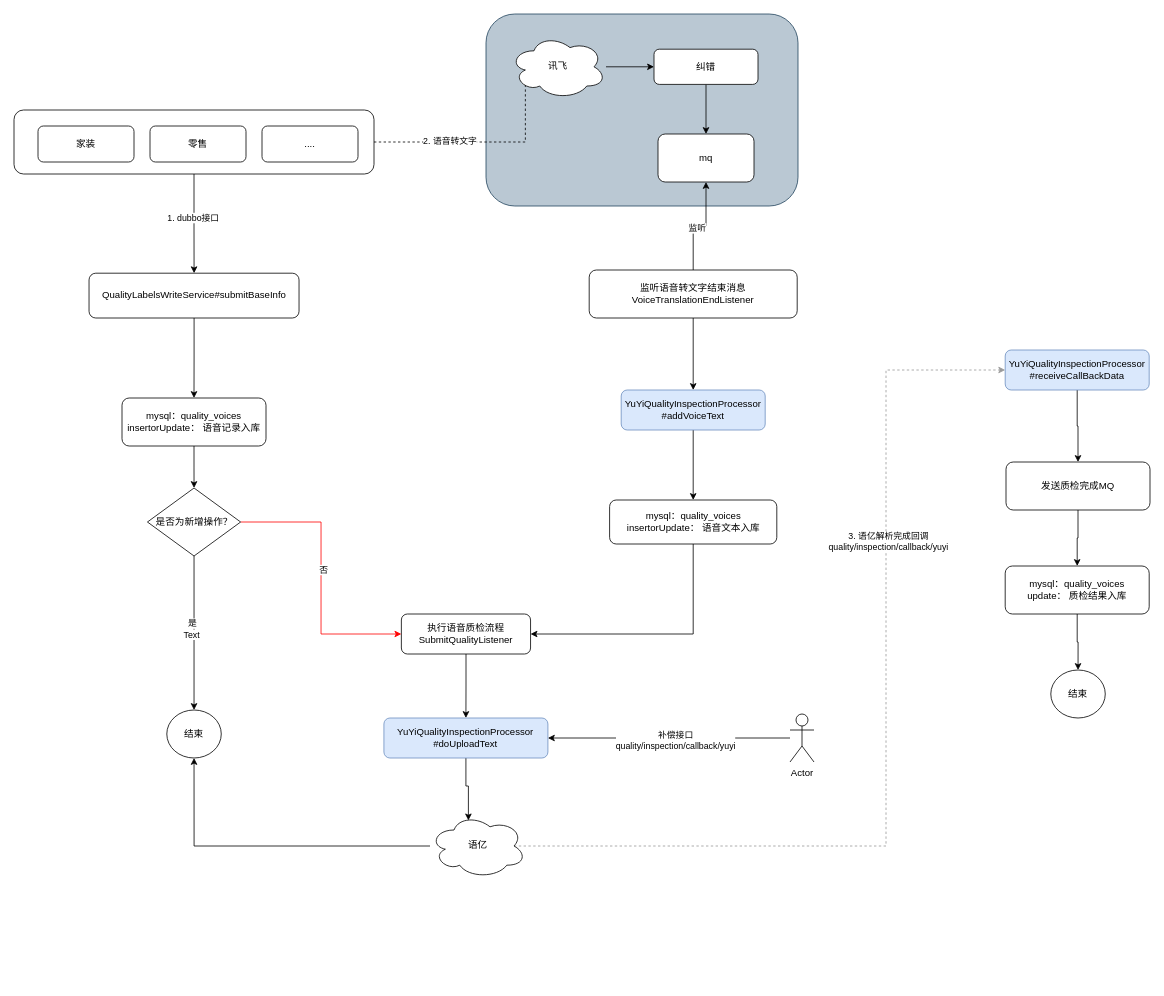
Before: 语忆梳理.drawio in 330129161/draw.io, a draw.io diagram. Source tidied: cells renumbered, new cells numbered last; positions are measured from the earlier drawing's top-left corner, leaving out a move shared by most shapes. Both pictures are drawn from the tidied source at 80%, with x=0, y=0 at pixel (14, 14).
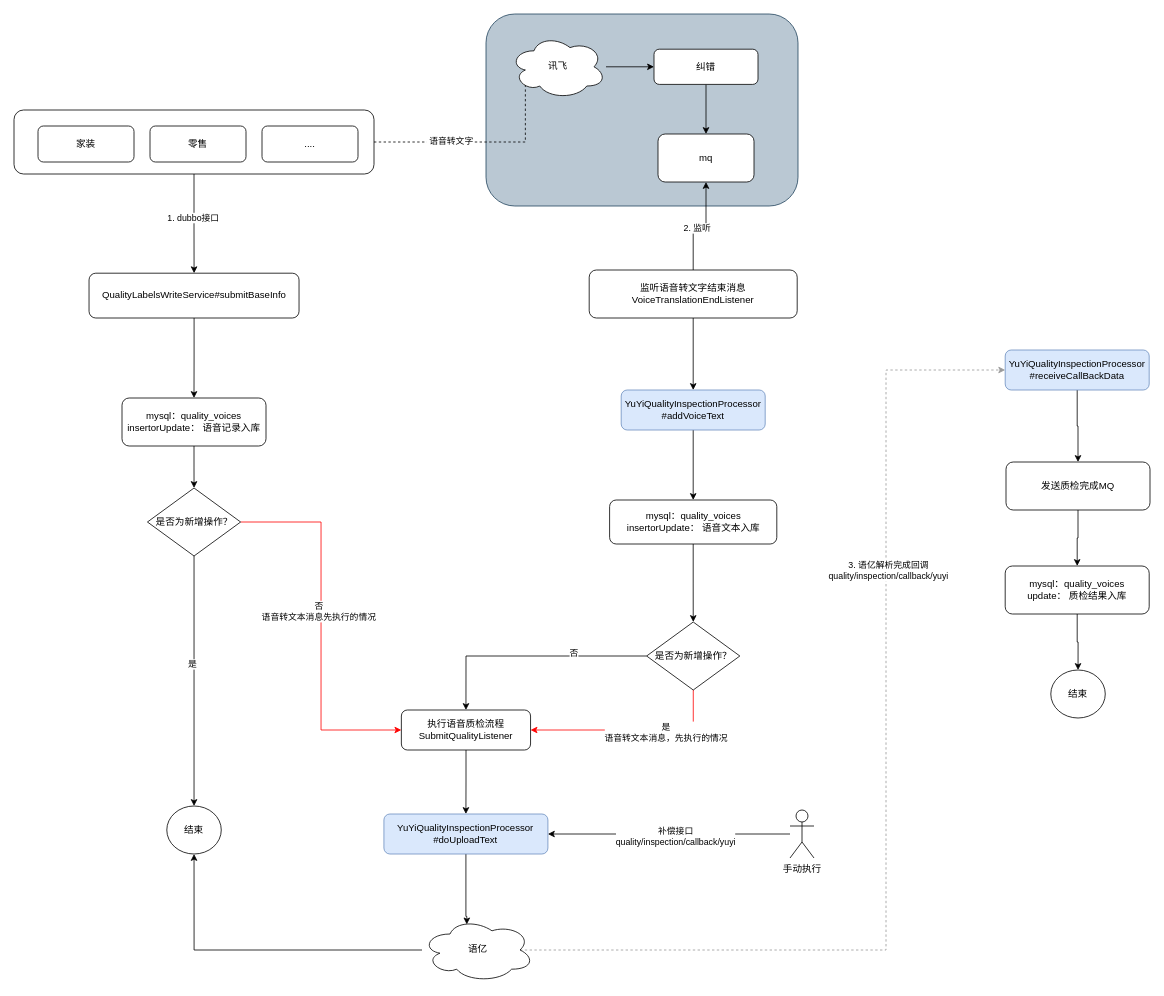
Above is the later version.

Commit message:
更新语忆梳理.drawio

The change refers to these unchanged cells:
```xml
<mxCell id="10" value="&lt;div style=&quot;&quot;&gt;&lt;div style=&quot;&quot;&gt;YuYiQualityInspectionProcessor&lt;/div&gt;&lt;/div&gt;&lt;div style=&quot;&quot;&gt;#receiveCallBackData&lt;/div&gt;" style="rounded=1;whiteSpace=wrap;html=1;fillColor=#dae8fc;strokeColor=#6c8ebf;" parent="1" vertex="1">
  <mxGeometry x="1239" y="420" width="180" height="50" as="geometry" />
</mxCell>
<mxCell id="12" style="edgeStyle=orthogonalEdgeStyle;rounded=0;jettySize=auto;html=1;entryX=0.5;entryY=1;entryDx=0;entryDy=0;" parent="1" edge="1" source="14" target="49">
  <mxGeometry relative="1" as="geometry" />
</mxCell>
<mxCell id="17" style="edgeStyle=orthogonalEdgeStyle;rounded=0;jettySize=auto;html=1;entryX=0.16;entryY=0.55;entryDx=0;entryDy=0;entryPerimeter=0;dashed=1;" parent="1" edge="1" source="19" target="35">
  <mxGeometry relative="1" as="geometry" />
</mxCell>
<mxCell id="24" value="&lt;div style=&quot;&quot;&gt;mysql：quality_voices&lt;br&gt;&lt;/div&gt;insertorUpdate&lt;span style=&quot;background-color: initial;&quot;&gt;： 语音文本入库&lt;/span&gt;" style="rounded=1;whiteSpace=wrap;html=1;fillColor=#FFFFFF;strokeColor=#000000;" parent="1" vertex="1">
  <mxGeometry x="744.5" y="607.5" width="209" height="55" as="geometry" />
</mxCell>
<mxCell id="36" style="edgeStyle=orthogonalEdgeStyle;rounded=0;jettySize=auto;html=1;entryX=0;entryY=0.5;entryDx=0;entryDy=0;strokeColor=#FF0000;" parent="1" edge="1" source="41" target="26">
  <mxGeometry relative="1" as="geometry" />
</mxCell>
<mxCell id="38" style="edgeStyle=orthogonalEdgeStyle;rounded=0;jettySize=auto;html=1;" parent="1" edge="1" source="41" target="29">
  <mxGeometry relative="1" as="geometry" />
</mxCell>
```

Change to the diagram source:
```diff
@@
     <mxCell id="3" style="edgeStyle=orthogonalEdgeStyle;rounded=0;jettySize=auto;html=1;entryX=0;entryY=0.5;entryDx=0;entryDy=0;dashed=1;exitX=0.875;exitY=0.5;exitDx=0;exitDy=0;exitPerimeter=0;strokeColor=#999999;" parent="1" edge="1" source="6" target="10">
       <mxGeometry relative="1" as="geometry">
         <Array as="points">
-          <mxPoint x="1090" y="1040" />
+          <mxPoint x="1090" y="1170" />
           <mxPoint x="1090" y="445" />
         </Array>
       </mxGeometry>
     </mxCell>
@@
     <mxCell id="6" value="&lt;pre style=&quot;border-color: var(--border-color);&quot;&gt;&lt;font style=&quot;border-color: var(--border-color);&quot; face=&quot;JetBrains Mono, monospace&quot;&gt;语亿&lt;/font&gt;&lt;/pre&gt;" style="ellipse;shape=cloud;whiteSpace=wrap;html=1;" parent="1" vertex="1">
-      <mxGeometry x="520" y="1000" width="120" height="80" as="geometry" />
+      <mxGeometry x="510" y="1130" width="140" height="80" as="geometry" />
     </mxCell>
@@
-    <mxCell id="13" value="监听" style="edgeLabel;html=1;align=center;verticalAlign=middle;" parent="12" vertex="1">
+    <mxCell id="13" value="2. 监听" style="edgeLabel;html=1;align=center;verticalAlign=middle;" parent="12" vertex="1">
       <mxGeometry x="-0.07" y="-2" relative="1" as="geometry" />
     </mxCell>
@@
-    <mxCell id="18" value="2. 语音转文字" style="edgeLabel;html=1;align=center;verticalAlign=middle;" parent="17" vertex="1">
+    <mxCell id="18" value="&amp;nbsp;语音转文字" style="edgeLabel;html=1;align=center;verticalAlign=middle;" parent="17" vertex="1">
       <mxGeometry x="-0.33" y="2" relative="1" as="geometry" />
     </mxCell>
@@
-    <mxCell id="23" style="edgeStyle=orthogonalEdgeStyle;rounded=0;jettySize=auto;html=1;entryX=1;entryY=0.5;entryDx=0;entryDy=0;exitX=0.5;exitY=1;exitDx=0;exitDy=0;" parent="1" edge="1" source="24" target="26">
-      <mxGeometry relative="1" as="geometry" />
-    </mxCell>
+    <mxCell id="53" style="edgeStyle=orthogonalEdgeStyle;rounded=0;jettySize=auto;html=1;entryX=0.5;entryY=0;entryDx=0;entryDy=0;" parent="1" edge="1" source="24" target="58">
+      <mxGeometry relative="1" as="geometry" />
+    </mxCell>
@@
     <mxCell id="26" value="&lt;div style=&quot;&quot;&gt;执行语音质检流程&lt;/div&gt;&lt;div style=&quot;&quot;&gt;SubmitQualityListener&lt;/div&gt;" style="rounded=1;whiteSpace=wrap;html=1;" parent="1" vertex="1">
-      <mxGeometry x="484.2" y="750" width="161.5" height="50" as="geometry" />
+      <mxGeometry x="484.2" y="870" width="161.5" height="50" as="geometry" />
     </mxCell>
@@
     <mxCell id="29" value="结束" style="ellipse;whiteSpace=wrap;html=1;" parent="1" vertex="1">
-      <mxGeometry x="191" y="870" width="68.1" height="60" as="geometry" />
+      <mxGeometry x="191" y="990" width="68.1" height="60" as="geometry" />
     </mxCell>
@@
     <mxCell id="32" style="edgeStyle=orthogonalEdgeStyle;rounded=0;jettySize=auto;html=1;entryX=0.4;entryY=0.1;entryDx=0;entryDy=0;entryPerimeter=0;" parent="1" edge="1" source="33" target="6">
-      <mxGeometry relative="1" as="geometry" />
+      <mxGeometry relative="1" as="geometry">
+        <Array as="points">
+          <mxPoint x="565" y="1128" />
+        </Array>
+      </mxGeometry>
     </mxCell>
     <mxCell id="33" value="&lt;div style=&quot;&quot;&gt;&lt;div style=&quot;&quot;&gt;YuYiQualityInspectionProcessor&lt;/div&gt;&lt;/div&gt;&lt;div style=&quot;&quot;&gt;#doUploadText&lt;/div&gt;" style="rounded=1;whiteSpace=wrap;html=1;fillColor=#dae8fc;strokeColor=#6c8ebf;" parent="1" vertex="1">
-      <mxGeometry x="462.4" y="880" width="205" height="50" as="geometry" />
+      <mxGeometry x="462.4" y="1000" width="205" height="50" as="geometry" />
     </mxCell>
@@
-    <mxCell id="37" value="否" style="edgeLabel;html=1;align=center;verticalAlign=middle;" parent="36" vertex="1">
-      <mxGeometry x="-0.06" y="3" relative="1" as="geometry" />
-    </mxCell>
+    <mxCell id="54" value="否&lt;br&gt;语音转文本消息先执行的情况" style="edgeLabel;html=1;align=center;verticalAlign=middle;" parent="36" vertex="1">
+      <mxGeometry x="-0.08" y="-3" relative="1" as="geometry" />
+    </mxCell>
@@
-    <mxCell id="40" value="Text" style="edgeLabel;html=1;align=center;verticalAlign=middle;" parent="38" vertex="1">
-      <mxGeometry x="0.02" y="-4" relative="1" as="geometry" />
-    </mxCell>
@@
-    <mxCell id="52" value="Actor" style="shape=umlActor;verticalLabelPosition=bottom;verticalAlign=top;html=1;outlineConnect=0;" parent="1" vertex="1">
-      <mxGeometry x="970" y="875" width="30" height="60" as="geometry" />
+    <mxCell id="52" value="手动执行" style="shape=umlActor;verticalLabelPosition=bottom;verticalAlign=top;html=1;outlineConnect=0;" parent="1" vertex="1">
+      <mxGeometry x="970" y="995" width="30" height="60" as="geometry" />
     </mxCell>
+    <mxCell id="55" style="edgeStyle=orthogonalEdgeStyle;rounded=0;jettySize=auto;html=1;entryX=0.5;entryY=0;entryDx=0;entryDy=0;" parent="1" edge="1" source="58" target="26">
+      <mxGeometry relative="1" as="geometry" />
+    </mxCell>
+    <mxCell id="37" value="否" style="edgeLabel;html=1;align=center;verticalAlign=middle;" parent="55" vertex="1">
+      <mxGeometry x="-0.38" y="-4" relative="1" as="geometry" />
+    </mxCell>
+    <mxCell id="56" style="edgeStyle=orthogonalEdgeStyle;rounded=0;jettySize=auto;html=1;entryX=1;entryY=0.5;entryDx=0;entryDy=0;strokeColor=#FF0000;" parent="1" edge="1" source="58" target="26">
+      <mxGeometry relative="1" as="geometry">
+        <Array as="points">
+          <mxPoint x="849" y="895" />
+        </Array>
+      </mxGeometry>
+    </mxCell>
+    <mxCell id="57" value="是&lt;br&gt;语音转文本消息，先执行的情况" style="edgeLabel;html=1;align=center;verticalAlign=middle;" parent="56" vertex="1">
+      <mxGeometry x="-0.33" y="1" relative="1" as="geometry">
+        <mxPoint y="1" as="offset" />
+      </mxGeometry>
+    </mxCell>
+    <mxCell id="58" value="是否为新增操作？" style="rhombus;whiteSpace=wrap;html=1;" parent="1" vertex="1">
+      <mxGeometry x="790.8" y="760" width="116.5" height="85" as="geometry" />
+    </mxCell>
```
